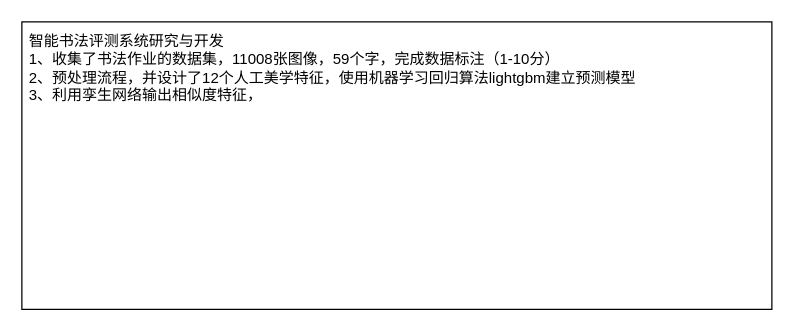
Above: shufa.drawio in limpid-11/drawio (draw.io), before the change. Source tidied: cells renumbered, new cells numbered last; positions are measured from the earlier drawing's top-left corner, leaving out a move shared by most shapes. Both pictures are drawn from the tidied source at 125%, with x=0, y=0 at pixel (21, 21).
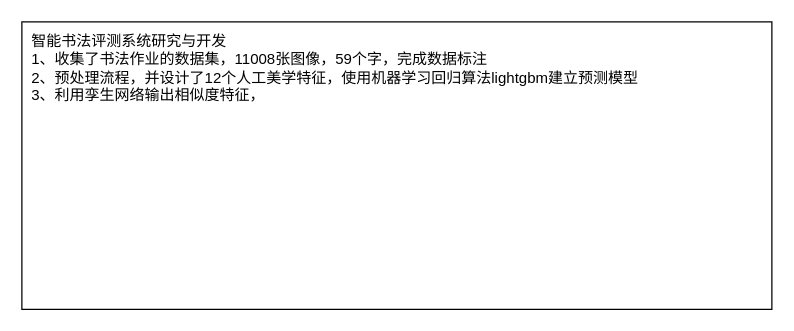
After the change.

What changed in the source:
```diff
@@
 <mxGraphModel>
   <root>
     <mxCell id="0" />
     <mxCell id="1" parent="0" />
-    <mxCell id="2" value="智能书法评测系统研究与开发&lt;div&gt;1、收集了书法作业的数据集，11008张图像，59个字，完成数据标注（1-10分）&lt;/div&gt;&lt;div&gt;2、预处理流程，并设计了12个人工美学特征，使用机器学习回归算法lightgbm建立预测模型&lt;/div&gt;&lt;div&gt;3、利用孪生网络输出相似度特征，&lt;/div&gt;" style="rounded=0;whiteSpace=wrap;html=1;align=left;verticalAlign=top;spacingTop=2;spacingLeft=4;" parent="1" vertex="1">
+    <mxCell id="2" value="智能书法评测系统研究与开发&lt;div&gt;1、收集了书法作业的数据集，11008张图像，59个字，完成数据标注&lt;/div&gt;&lt;div&gt;2、预处理流程，并设计了12个人工美学特征，使用机器学习回归算法lightgbm建立预测模型&lt;/div&gt;&lt;div&gt;3、利用孪生网络输出相似度特征，&lt;/div&gt;" style="rounded=0;whiteSpace=wrap;html=1;align=left;verticalAlign=top;spacingTop=2;spacingLeft=6;fontFamily=宋体;" parent="1" vertex="1">
       <mxGeometry width="600" height="230" as="geometry" />
     </mxCell>
   </root>
 </mxGraphModel>
```
